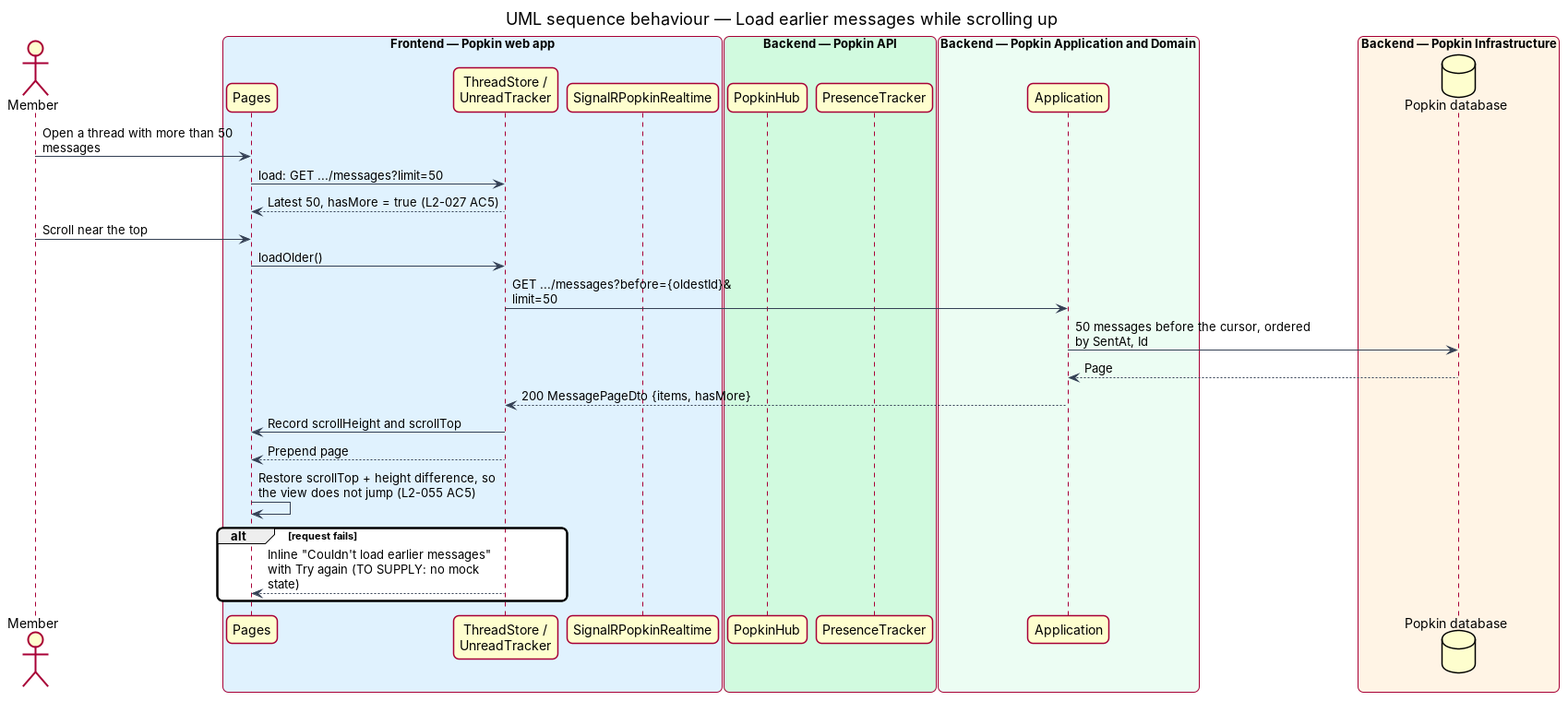
QuinntyneBrown/popkin keeps this PlantUML diagram as docs/detailed-designs/chat/live-messages/diagrams/sequence-load-older.png. Above is the earlier version. Its source is kept beside it as docs/detailed-designs/chat/live-messages/diagrams/sequence-load-older.puml.
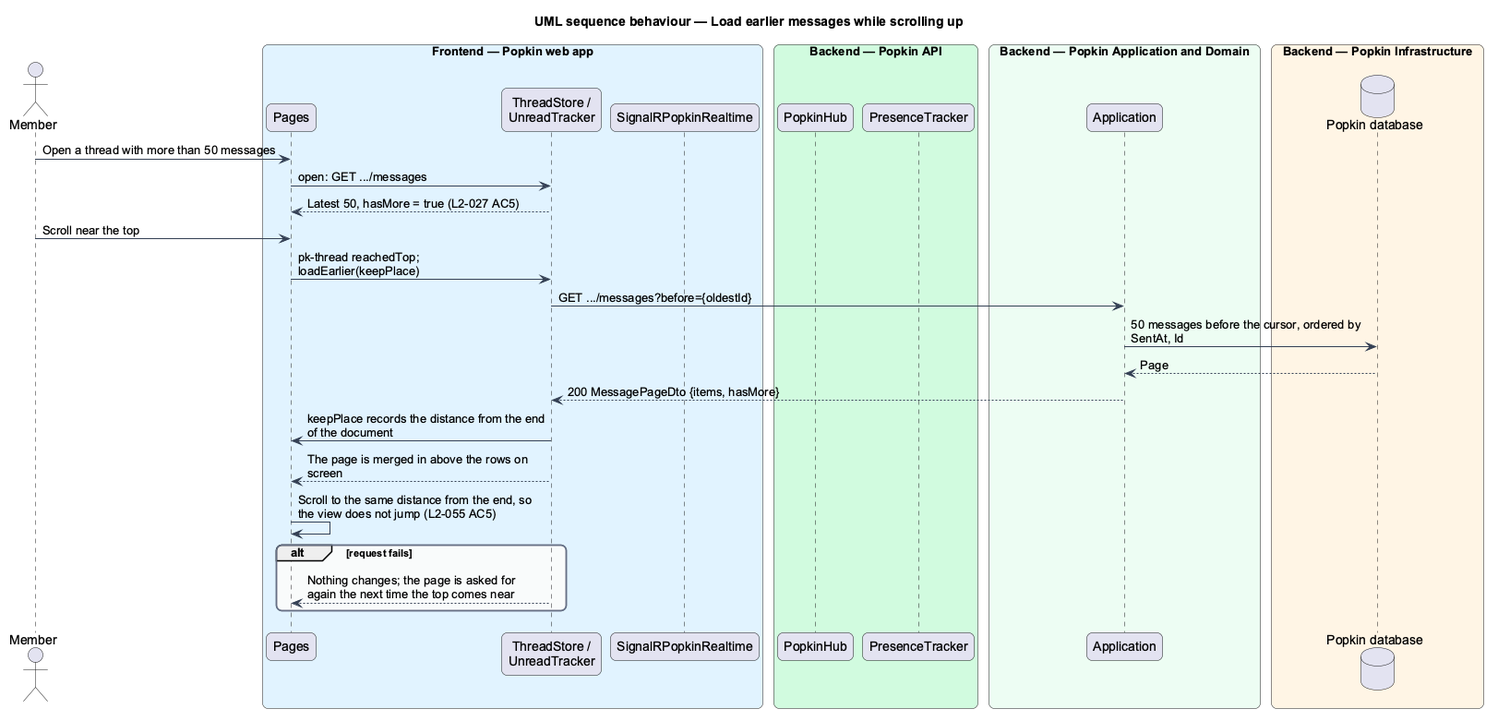
The same diagram one commit later.

What changed in the source:
```diff
@@ -33,18 +33,18 @@
   database "Popkin database" as db
 end box
 actor -> page : Open a thread with more than 50 messages
-page -> store : load: GET .../messages?limit=50
+page -> store : open: GET .../messages
 store --> page : Latest 50, hasMore = true (L2-027 AC5)
 actor -> page : Scroll near the top
-page -> store : loadOlder()
-store -> handler : GET .../messages?before={oldestId}&limit=50
+page -> store : pk-thread reachedTop; loadEarlier(keepPlace)
+store -> handler : GET .../messages?before={oldestId}
 handler -> db : 50 messages before the cursor, ordered by SentAt, Id
 db --> handler : Page
 handler --> store : 200 MessagePageDto {items, hasMore}
-store -> page : Record scrollHeight and scrollTop
-store --> page : Prepend page
-page -> page : Restore scrollTop + height difference, so the view does not jump (L2-055 AC5)
+store -> page : keepPlace records the distance from the end of the document
+store --> page : The page is merged in above the rows on screen
+page -> page : Scroll to the same distance from the end, so the view does not jump (L2-055 AC5)
 alt request fails
-  store --> page : Inline "Couldn't load earlier messages" with Try again (TO SUPPLY: no mock state)
+  store --> page : Nothing changes; the page is asked for again the next time the top comes near
 end
 @enduml
```
